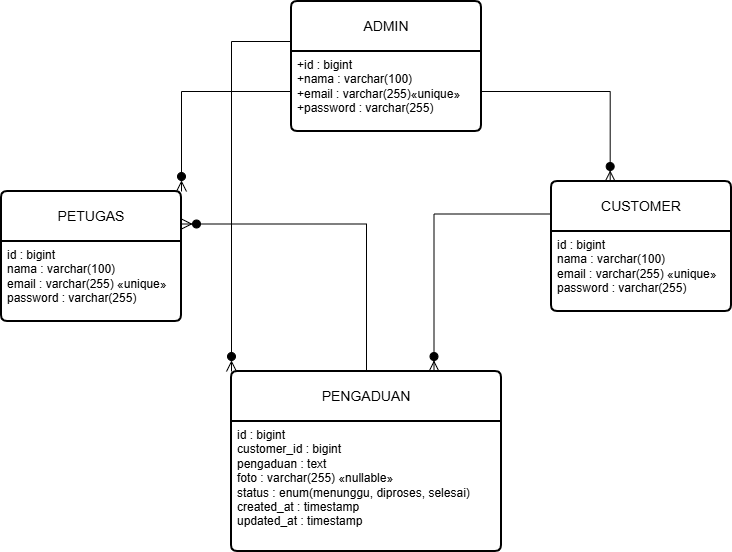
This is serkom/erd_serkom.png from syifaanursalsa/UKKP2_Syifaa, a draw.io export, as it was before one commit. Source tidied: cells renumbered, new cells last; positions are measured from the earlier drawing's top-left corner, leaving out a move shared by most shapes.
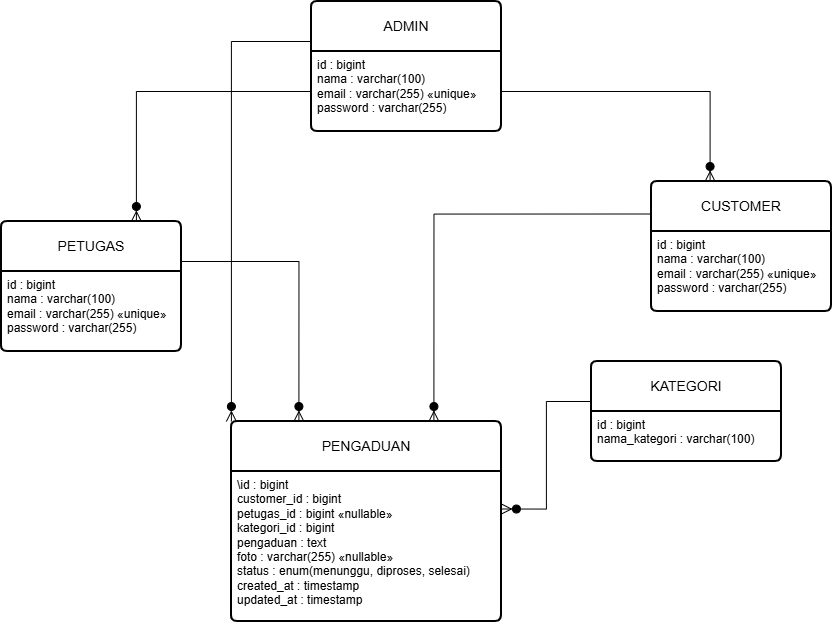
The same file after the commit.

Commit message:
Dokumen serkom: diagram update fitur kategori

Change to the diagram source:
```diff
@@ -6,30 +6,30 @@
       <mxGeometry relative="1" as="geometry" />
     </mxCell>
     <mxCell id="3" value="ADMIN" style="swimlane;horizontal=1;startSize=50;rounded=1;fontSize=14;fontStyle=0;strokeWidth=2;shadow=0;dashed=0;align=center;arcSize=4;whiteSpace=wrap;html=1;" parent="1" vertex="1">
-      <mxGeometry x="290" width="190" height="130" as="geometry" />
+      <mxGeometry x="130" y="-110" width="190" height="130" as="geometry" />
     </mxCell>
-    <mxCell id="4" value="+id : bigint&lt;br&gt;+nama : varchar(100)&lt;br&gt;+&lt;span style=&quot;background-color: transparent;&quot;&gt;email : varchar(255)«unique»&lt;/span&gt;&lt;div&gt;+password : varchar(255)&lt;/div&gt;" style="align=left;strokeColor=none;fillColor=none;spacingLeft=4;spacingRight=4;fontSize=12;verticalAlign=top;html=1;whiteSpace=wrap;" parent="3" vertex="1">
+    <mxCell id="4" value="&lt;div&gt;id : bigint&lt;/div&gt;&lt;div&gt;nama : varchar(100)&lt;/div&gt;&lt;div&gt;email : varchar(255) «unique»&lt;/div&gt;&lt;div&gt;password : varchar(255)&lt;/div&gt;" style="align=left;strokeColor=none;fillColor=none;spacingLeft=4;spacingRight=4;fontSize=12;verticalAlign=top;html=1;whiteSpace=wrap;" parent="3" vertex="1">
       <mxGeometry y="50" width="190" height="80" as="geometry" />
     </mxCell>
     <mxCell id="5" value="PETUGAS" style="swimlane;horizontal=1;startSize=50;rounded=1;fontSize=14;fontStyle=0;strokeWidth=2;shadow=0;dashed=0;align=center;arcSize=4;whiteSpace=wrap;html=1;" parent="1" vertex="1">
-      <mxGeometry y="190" width="180" height="130" as="geometry" />
+      <mxGeometry x="-180" y="110" width="180" height="130" as="geometry" />
     </mxCell>
     <mxCell id="6" value="&lt;div&gt;id : bigint&lt;/div&gt;&lt;div&gt;nama : varchar(100)&lt;/div&gt;&lt;div&gt;email : varchar(255) «unique»&lt;/div&gt;&lt;div&gt;password : varchar(255)&lt;/div&gt;" style="align=left;strokeColor=none;fillColor=none;spacingLeft=4;spacingRight=4;fontSize=12;verticalAlign=top;html=1;whiteSpace=wrap;" parent="5" vertex="1">
       <mxGeometry y="50" width="180" height="80" as="geometry" />
     </mxCell>
     <mxCell id="7" value="CUSTOMER" style="swimlane;horizontal=1;startSize=50;rounded=1;fontSize=14;fontStyle=0;strokeWidth=2;shadow=0;dashed=0;align=center;arcSize=4;whiteSpace=wrap;html=1;" parent="1" vertex="1">
-      <mxGeometry x="550" y="180" width="180" height="130" as="geometry" />
+      <mxGeometry x="470" y="70" width="180" height="130" as="geometry" />
     </mxCell>
     <mxCell id="8" value="&lt;div&gt;id : bigint&lt;/div&gt;&lt;div&gt;nama : varchar(100)&lt;/div&gt;&lt;div&gt;email : varchar(255) «unique»&lt;/div&gt;&lt;div&gt;password : varchar(255)&lt;/div&gt;" style="align=left;strokeColor=none;fillColor=none;spacingLeft=4;spacingRight=4;fontSize=12;verticalAlign=top;html=1;whiteSpace=wrap;" parent="7" vertex="1">
       <mxGeometry y="50" width="180" height="80" as="geometry" />
     </mxCell>
     <mxCell id="9" value="PENGADUAN" style="swimlane;horizontal=1;startSize=50;rounded=1;fontSize=14;fontStyle=0;strokeWidth=2;shadow=0;dashed=0;align=center;arcSize=4;whiteSpace=wrap;html=1;" parent="1" vertex="1">
-      <mxGeometry x="230" y="370" width="270" height="180" as="geometry" />
+      <mxGeometry x="50" y="310" width="270" height="200" as="geometry" />
     </mxCell>
-    <mxCell id="10" value="&lt;div&gt;id : bigint&lt;/div&gt;&lt;div&gt;customer_id : bigint&lt;/div&gt;&lt;div&gt;pengaduan : text&lt;/div&gt;&lt;div&gt;foto : varchar(255) «nullable»&lt;/div&gt;&lt;div&gt;status : enum(menunggu, diproses, selesai)&lt;/div&gt;&lt;div&gt;created_at : timestamp&lt;/div&gt;&lt;div&gt;updated_at : timestamp&lt;/div&gt;" style="align=left;strokeColor=none;fillColor=none;spacingLeft=4;spacingRight=4;fontSize=12;verticalAlign=top;html=1;whiteSpace=wrap;" parent="9" vertex="1">
-      <mxGeometry y="50" width="270" height="130" as="geometry" />
+    <mxCell id="10" value="&lt;div&gt;\&lt;span style=&quot;background-color: transparent;&quot;&gt;id : bigint&lt;/span&gt;&lt;/div&gt;&lt;div&gt;customer_id : bigint&lt;/div&gt;&lt;div&gt;petugas_id : bigint «nullable»&amp;nbsp;&lt;/div&gt;&lt;div&gt;kategori_id : bigint&amp;nbsp; &amp;nbsp; &amp;nbsp; &amp;nbsp; &amp;nbsp; &amp;nbsp;&lt;/div&gt;&lt;div&gt;pengaduan : text&lt;/div&gt;&lt;div&gt;foto : varchar(255) «nullable»&lt;/div&gt;&lt;div&gt;status : enum(menunggu, diproses, selesai)&lt;/div&gt;&lt;div&gt;created_at : timestamp&lt;/div&gt;&lt;div&gt;updated_at : timestamp&lt;/div&gt;" style="align=left;strokeColor=none;fillColor=none;spacingLeft=4;spacingRight=4;fontSize=12;verticalAlign=top;html=1;whiteSpace=wrap;" parent="9" vertex="1">
+      <mxGeometry y="50" width="270" height="150" as="geometry" />
     </mxCell>
-    <mxCell id="11" style="edgeStyle=orthogonalEdgeStyle;fontSize=12;html=1;endArrow=manyOptional;endFill=1;startArrow=none;rounded=0;startFill=0;startSize=8;endSize=8;entryX=1;entryY=0;entryDx=0;entryDy=0;exitX=0;exitY=0.5;exitDx=0;exitDy=0;" parent="1" edge="1" source="4" target="5">
+    <mxCell id="11" style="edgeStyle=orthogonalEdgeStyle;fontSize=12;html=1;endArrow=manyOptional;endFill=1;startArrow=none;rounded=0;startFill=0;startSize=8;endSize=8;entryX=0.75;entryY=0;entryDx=0;entryDy=0;exitX=0;exitY=0.5;exitDx=0;exitDy=0;" parent="1" edge="1" source="4" target="5">
       <mxGeometry relative="1" as="geometry" />
     </mxCell>
     <mxCell id="12" style="edgeStyle=orthogonalEdgeStyle;fontSize=12;html=1;endArrow=manyOptional;endFill=1;startArrow=none;rounded=0;startFill=0;startSize=8;endSize=8;entryX=0;entryY=0;entryDx=0;entryDy=0;exitX=0;exitY=0;exitDx=0;exitDy=0;" parent="1" edge="1" source="4" target="9">
@@ -41,8 +41,17 @@
     <mxCell id="14" style="edgeStyle=orthogonalEdgeStyle;fontSize=12;html=1;endArrow=manyOptional;endFill=1;startArrow=none;rounded=0;startFill=0;startSize=8;endSize=8;entryX=0.75;entryY=0;entryDx=0;entryDy=0;exitX=0;exitY=0.25;exitDx=0;exitDy=0;" parent="1" edge="1" source="7" target="9">
       <mxGeometry relative="1" as="geometry" />
     </mxCell>
-    <mxCell id="15" style="edgeStyle=orthogonalEdgeStyle;fontSize=12;html=1;endArrow=manyOptional;endFill=1;startArrow=none;rounded=0;startFill=0;startSize=8;endSize=8;entryX=1;entryY=0.25;entryDx=0;entryDy=0;exitX=0.5;exitY=0;exitDx=0;exitDy=0;" parent="1" edge="1" source="9" target="5">
+    <mxCell id="15" style="edgeStyle=orthogonalEdgeStyle;fontSize=12;html=1;endArrow=manyOptional;endFill=1;startArrow=none;rounded=0;startFill=0;startSize=8;endSize=8;entryX=0.25;entryY=0;entryDx=0;entryDy=0;exitX=1;exitY=0;exitDx=0;exitDy=0;" parent="1" edge="1" source="6" target="9">
       <mxGeometry relative="1" as="geometry" />
     </mxCell>
+    <mxCell id="16" value="KATEGORI" style="swimlane;horizontal=1;startSize=50;rounded=1;fontSize=14;fontStyle=0;strokeWidth=2;shadow=0;dashed=0;align=center;arcSize=4;whiteSpace=wrap;html=1;" parent="1" vertex="1">
+      <mxGeometry x="410" y="250" width="190" height="100" as="geometry" />
+    </mxCell>
+    <mxCell id="17" value="&lt;div&gt;id : bigint&lt;/div&gt;&lt;div&gt;nama_kategori : varchar(100)&lt;/div&gt;" style="align=left;strokeColor=none;fillColor=none;spacingLeft=4;spacingRight=4;fontSize=12;verticalAlign=top;html=1;whiteSpace=wrap;" parent="16" vertex="1">
+      <mxGeometry y="50" width="190" height="50" as="geometry" />
+    </mxCell>
+    <mxCell id="18" style="edgeStyle=orthogonalEdgeStyle;fontSize=12;html=1;endArrow=manyOptional;endFill=1;startArrow=none;rounded=0;startFill=0;startSize=8;endSize=8;entryX=1;entryY=0.25;entryDx=0;entryDy=0;exitX=0;exitY=0;exitDx=0;exitDy=0;" parent="1" edge="1" source="17" target="10">
+      <mxGeometry relative="1" as="geometry" />
+    </mxCell>
   </root>
 </mxGraphModel>
```
